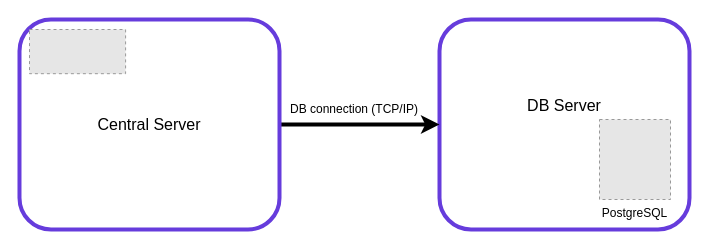
Above: doc/Manuals/img/ig-cs_remote_db.drawio in nordic-institute/X-Road (draw.io), before the change. Source tidied: cells renumbered, new cells numbered last; positions are measured from the earlier drawing's top-left corner, leaving out a move shared by most shapes. Both pictures are drawn from the tidied source at 100%, with x=0, y=0 at pixel (19, 19). Pictures stored in the file or linked from it are replaced by grey dashed boxes.
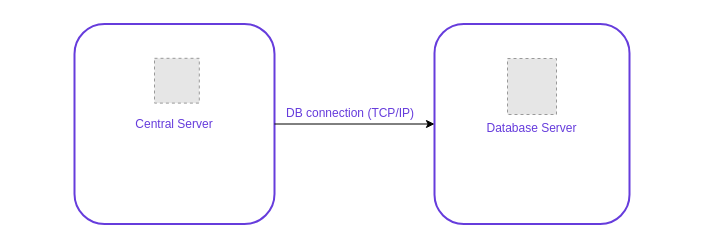
The same diagram, later.

The edit, as a diff of the source:
```diff
@@
 <mxGraphModel>
   <root>
     <mxCell id="0" />
     <mxCell id="1" parent="0" />
-    <mxCell id="2" value="&lt;font style=&quot;font-size: 16px&quot;&gt;DB Server&lt;br&gt;&lt;br&gt;&lt;br&gt;&lt;/font&gt;" style="rounded=1;whiteSpace=wrap;html=1;strokeWidth=4;strokeColor=#663CDC;fillColor=none;" parent="1" vertex="1">
-      <mxGeometry x="420" width="250" height="210" as="geometry" />
-    </mxCell>
-    <mxCell id="3" style="edgeStyle=orthogonalEdgeStyle;rounded=0;jettySize=auto;html=1;strokeWidth=4;" parent="1" edge="1" source="4" target="2">
-      <mxGeometry relative="1" as="geometry" />
-    </mxCell>
+    <mxCell id="8" style="group;" parent="1" vertex="1">
+      <mxGeometry x="55" y="4.5" width="200" height="200" as="geometry" />
+    </mxCell>
-    <mxCell id="4" value="&lt;font style=&quot;font-size: 16px&quot;&gt;Central Server&lt;br&gt;&lt;/font&gt;" style="rounded=1;whiteSpace=wrap;html=1;strokeWidth=4;strokeColor=#663CDC;fillColor=none;" parent="1" vertex="1">
-      <mxGeometry width="260" height="210" as="geometry" />
+    <mxCell id="4" value="&lt;font color=&quot;#663cdc&quot;&gt;Central&amp;nbsp;Server&lt;/font&gt;" style="rounded=1;whiteSpace=wrap;html=1;strokeWidth=2;fillColor=none;strokeColor=#663CDC;" parent="8" vertex="1">
+      <mxGeometry width="200" height="200" as="geometry" />
     </mxCell>
-    <mxCell id="5" value="PostgreSQL" style="fillColor=#E6E6E6;strokeColor=#999999;dashed=1;verticalLabelPosition=bottom;labelBackgroundColor=#ffffff;verticalAlign=top;" parent="1" vertex="1">
-      <mxGeometry x="580" y="100" width="71" height="80" as="geometry" />
-    </mxCell>
-    <mxCell id="6" style="fillColor=#E6E6E6;strokeColor=#999999;dashed=1;verticalLabelPosition=bottom;labelBackgroundColor=#ffffff;verticalAlign=top;" parent="1" vertex="1">
-      <mxGeometry x="10" y="10" width="96.1" height="44.2" as="geometry" />
-    </mxCell>
+    <mxCell id="9" style="fillColor=#E6E6E6;strokeColor=#999999;dashed=1;verticalLabelPosition=bottom;labelBackgroundColor=#ffffff;verticalAlign=top;" parent="8" vertex="1">
+      <mxGeometry x="80" y="34.3" width="44.8" height="44.8" as="geometry" />
+    </mxCell>
+    <mxCell id="10" style="rounded=1;whiteSpace=wrap;html=1;strokeWidth=2;strokeColor=#663CDC;fillColor=none;" parent="1" vertex="1">
+      <mxGeometry x="415" y="4.5" width="195" height="200" as="geometry" />
+    </mxCell>
+    <mxCell id="11" value="Database Server" style="fillColor=#E6E6E6;strokeColor=#999999;dashed=1;verticalLabelPosition=bottom;labelBackgroundColor=#ffffff;verticalAlign=top;fontColor=#663CDC;" parent="1" vertex="1">
+      <mxGeometry x="488" y="39" width="49" height="56" as="geometry" />
+    </mxCell>
+    <mxCell id="12" style="edgeStyle=orthogonalEdgeStyle;rounded=0;jettySize=auto;html=1;entryX=0;entryY=0.5;entryDx=0;entryDy=0;fontColor=#663CDC;" parent="1" edge="1" source="4" target="10">
+      <mxGeometry relative="1" as="geometry" />
+    </mxCell>
-    <mxCell id="7" value="DB connection (TCP/IP)" style="text;html=1;strokeColor=none;fillColor=none;align=center;verticalAlign=middle;whiteSpace=wrap;rounded=0;" parent="1" vertex="1">
-      <mxGeometry x="265" y="80" width="140" height="20" as="geometry" />
+    <mxCell id="7" value="DB connection (TCP/IP)" style="text;html=1;fontColor=#663CDC;" parent="1" vertex="1">
+      <mxGeometry x="265" y="80" width="150" height="30" as="geometry" />
     </mxCell>
   </root>
 </mxGraphModel>
```
